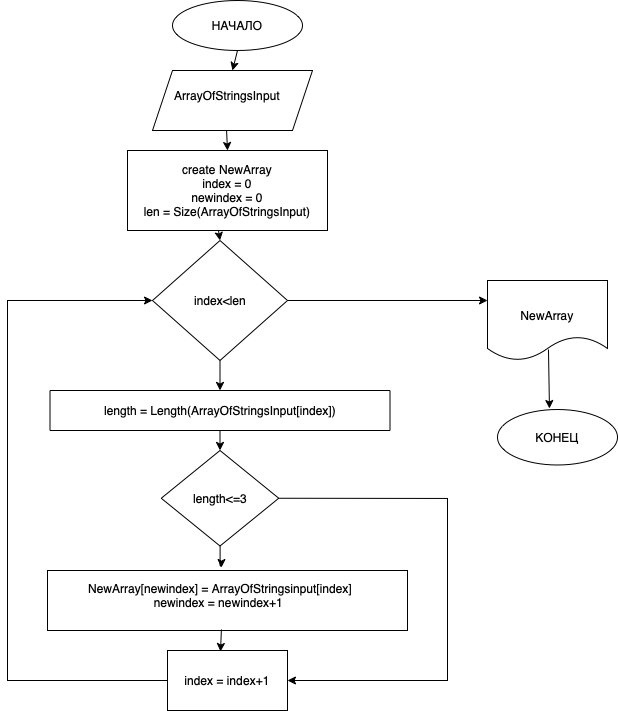
Above: FlowChart/flowchartForControlWork.drawio.png in alexandra-sh-dlyagb/Control-Work-GB (draw.io), before the change. Source tidied: cells renumbered, new cells last; positions are measured from the earlier drawing's top-left corner, leaving out a move shared by most shapes. The source it was exported from:
```xml
<mxGraphModel>
  <root>
    <mxCell id="0" />
    <mxCell id="1" parent="0" />
    <mxCell id="2" style="ellipse;whiteSpace=wrap;html=1;" parent="1" vertex="1">
      <mxGeometry x="165" width="130" height="50" as="geometry" />
    </mxCell>
    <mxCell id="3" style="shape=parallelogram;perimeter=parallelogramPerimeter;whiteSpace=wrap;html=1;fixedSize=1;" parent="1" vertex="1">
      <mxGeometry x="145" y="70" width="160" height="60" as="geometry" />
    </mxCell>
    <mxCell id="4" style="rounded=0;whiteSpace=wrap;html=1;" parent="1" vertex="1">
      <mxGeometry x="120" y="150" width="200" height="80" as="geometry" />
    </mxCell>
    <mxCell id="5" style="rhombus;whiteSpace=wrap;html=1;" parent="1" vertex="1">
      <mxGeometry x="145" y="240" width="135" height="120" as="geometry" />
    </mxCell>
    <mxCell id="6" value="length = Length(ArrayOfStringsInput[index])" style="rounded=0;whiteSpace=wrap;html=1;" parent="1" vertex="1">
      <mxGeometry x="42.5" y="390" width="340" height="40" as="geometry" />
    </mxCell>
    <mxCell id="7" style="edgeStyle=orthogonalEdgeStyle;rounded=0;jettySize=auto;html=1;entryX=0.483;entryY=-0.05;entryDx=0;entryDy=0;entryPerimeter=0;" parent="1" edge="1" source="8" target="9">
      <mxGeometry relative="1" as="geometry" />
    </mxCell>
    <mxCell id="8" style="rhombus;whiteSpace=wrap;html=1;" parent="1" vertex="1">
      <mxGeometry x="153.8" y="450" width="117.5" height="95.5" as="geometry" />
    </mxCell>
    <mxCell id="9" style="rounded=0;whiteSpace=wrap;html=1;" parent="1" vertex="1">
      <mxGeometry x="40" y="570" width="360" height="60" as="geometry" />
    </mxCell>
    <mxCell id="10" value="НАЧАЛО" style="text;html=1;strokeColor=none;fillColor=none;align=center;verticalAlign=middle;whiteSpace=wrap;rounded=0;" parent="1" vertex="1">
      <mxGeometry x="200" y="10" width="60" height="30" as="geometry" />
    </mxCell>
    <mxCell id="11" value="ArrayOfStringsInput" style="text;html=1;strokeColor=none;fillColor=none;align=center;verticalAlign=middle;whiteSpace=wrap;rounded=0;" parent="1" vertex="1">
      <mxGeometry x="190" y="80" width="60" height="30" as="geometry" />
    </mxCell>
    <mxCell id="12" value="create NewArray&lt;br&gt;index = 0&lt;br&gt;newindex = 0&lt;br&gt;len = Size(ArrayOfStringsInput)" style="text;html=1;strokeColor=none;fillColor=none;align=center;verticalAlign=middle;whiteSpace=wrap;rounded=0;" parent="1" vertex="1">
      <mxGeometry x="130" y="175" width="180" height="30" as="geometry" />
    </mxCell>
    <mxCell id="13" value="index&amp;lt;len" style="text;html=1;strokeColor=none;fillColor=none;align=center;verticalAlign=middle;whiteSpace=wrap;rounded=0;" parent="1" vertex="1">
      <mxGeometry x="182.5" y="285" width="60" height="30" as="geometry" />
    </mxCell>
    <mxCell id="14" value="NewArray[newindex] = ArrayOfStringsinput[index]&lt;br&gt;newindex = newindex+1&amp;nbsp;" style="text;html=1;strokeColor=none;fillColor=none;align=center;verticalAlign=middle;whiteSpace=wrap;rounded=0;" parent="1" vertex="1">
      <mxGeometry x="42.5" y="585" width="340" height="20" as="geometry" />
    </mxCell>
    <mxCell id="15" style="rounded=0;whiteSpace=wrap;html=1;" parent="1" vertex="1">
      <mxGeometry x="160" y="650" width="120" height="60" as="geometry" />
    </mxCell>
    <mxCell id="16" value="index = index+1" style="text;html=1;strokeColor=none;fillColor=none;align=center;verticalAlign=middle;whiteSpace=wrap;rounded=0;" parent="1" vertex="1">
      <mxGeometry x="175" y="665" width="90" height="30" as="geometry" />
    </mxCell>
    <mxCell id="17" style="shape=document;whiteSpace=wrap;html=1;boundedLbl=1;" parent="1" vertex="1">
      <mxGeometry x="480" y="280" width="120" height="80" as="geometry" />
    </mxCell>
    <mxCell id="18" value="NewArray" style="text;html=1;strokeColor=none;fillColor=none;align=center;verticalAlign=middle;whiteSpace=wrap;rounded=0;" parent="1" vertex="1">
      <mxGeometry x="510" y="300" width="60" height="30" as="geometry" />
    </mxCell>
    <mxCell id="19" style="ellipse;whiteSpace=wrap;html=1;" parent="1" vertex="1">
      <mxGeometry x="490" y="409" width="120" height="55.5" as="geometry" />
    </mxCell>
    <mxCell id="20" value="КОНЕЦ" style="text;html=1;strokeColor=none;fillColor=none;align=center;verticalAlign=middle;whiteSpace=wrap;rounded=0;" parent="1" vertex="1">
      <mxGeometry x="520" y="421.8" width="60" height="30" as="geometry" />
    </mxCell>
    <mxCell id="21" style="endArrow=classic;html=1;rounded=0;exitX=0.463;exitY=1;exitDx=0;exitDy=0;exitPerimeter=0;entryX=0.5;entryY=0;entryDx=0;entryDy=0;" parent="1" edge="1" source="3" target="4">
      <mxGeometry relative="1" as="geometry" />
    </mxCell>
    <mxCell id="22" style="endArrow=classic;html=1;rounded=0;exitX=0.455;exitY=1;exitDx=0;exitDy=0;entryX=0.5;entryY=0;entryDx=0;entryDy=0;exitPerimeter=0;" parent="1" edge="1" source="4" target="5">
      <mxGeometry relative="1" as="geometry" />
    </mxCell>
    <mxCell id="23" style="endArrow=classic;html=1;rounded=0;exitX=0.5;exitY=1;exitDx=0;exitDy=0;entryX=0.5;entryY=0;entryDx=0;entryDy=0;" parent="1" edge="1" source="5" target="6">
      <mxGeometry relative="1" as="geometry" />
    </mxCell>
    <mxCell id="24" style="endArrow=classic;html=1;rounded=0;exitX=0.5;exitY=1;exitDx=0;exitDy=0;entryX=0.5;entryY=0;entryDx=0;entryDy=0;" parent="1" edge="1" source="6" target="8">
      <mxGeometry relative="1" as="geometry" />
    </mxCell>
    <mxCell id="25" style="endArrow=classic;html=1;rounded=0;exitX=0.483;exitY=0.983;exitDx=0;exitDy=0;exitPerimeter=0;entryX=0.442;entryY=0.017;entryDx=0;entryDy=0;entryPerimeter=0;" parent="1" edge="1" source="9" target="15">
      <mxGeometry relative="1" as="geometry" />
    </mxCell>
    <mxCell id="26" value="length&amp;lt;=3" style="text;html=1;strokeColor=none;fillColor=none;align=center;verticalAlign=middle;whiteSpace=wrap;rounded=0;" parent="1" vertex="1">
      <mxGeometry x="182.5" y="482.8" width="60" height="30" as="geometry" />
    </mxCell>
    <mxCell id="27" style="endArrow=classic;html=1;rounded=0;exitX=1;exitY=0.5;exitDx=0;exitDy=0;entryX=1;entryY=0.5;entryDx=0;entryDy=0;" parent="1" edge="1" source="8" target="15">
      <mxGeometry relative="1" as="geometry">
        <Array as="points">
          <mxPoint x="440" y="498" />
          <mxPoint x="440" y="680" />
        </Array>
      </mxGeometry>
    </mxCell>
    <mxCell id="28" style="endArrow=classic;html=1;rounded=0;exitX=0;exitY=0.5;exitDx=0;exitDy=0;entryX=0;entryY=0.5;entryDx=0;entryDy=0;" parent="1" edge="1" source="15" target="5">
      <mxGeometry relative="1" as="geometry">
        <Array as="points">
          <mxPoint y="680" />
          <mxPoint y="300" />
        </Array>
      </mxGeometry>
    </mxCell>
    <mxCell id="29" style="endArrow=classic;html=1;rounded=0;exitX=1;exitY=0.5;exitDx=0;exitDy=0;entryX=0;entryY=0.25;entryDx=0;entryDy=0;" parent="1" edge="1" source="5" target="17">
      <mxGeometry relative="1" as="geometry" />
    </mxCell>
    <mxCell id="30" style="endArrow=classic;html=1;rounded=0;entryX=0.433;entryY=-0.018;entryDx=0;entryDy=0;entryPerimeter=0;exitX=0.508;exitY=0.863;exitDx=0;exitDy=0;exitPerimeter=0;" parent="1" edge="1" source="17" target="19">
      <mxGeometry relative="1" as="geometry" />
    </mxCell>
    <mxCell id="31" style="endArrow=classic;html=1;rounded=0;exitX=0.5;exitY=1;exitDx=0;exitDy=0;entryX=0.5;entryY=0;entryDx=0;entryDy=0;" parent="1" edge="1" source="2" target="3">
      <mxGeometry relative="1" as="geometry" />
    </mxCell>
  </root>
</mxGraphModel>
```
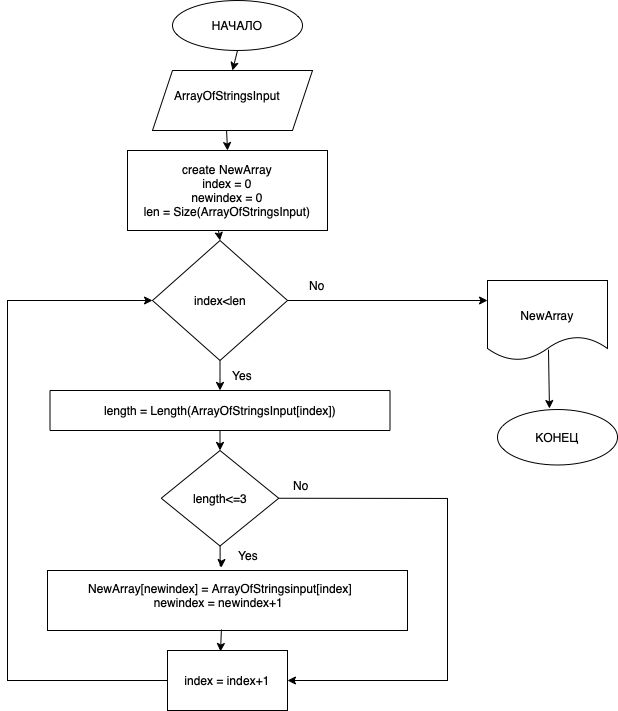
Above is the later version.

The edit, as a diff of the source:
```diff
@@ -102,5 +102,17 @@
     <mxCell id="31" style="endArrow=classic;html=1;rounded=0;exitX=0.5;exitY=1;exitDx=0;exitDy=0;entryX=0.5;entryY=0;entryDx=0;entryDy=0;" parent="1" edge="1" source="2" target="3">
       <mxGeometry relative="1" as="geometry" />
     </mxCell>
+    <mxCell id="32" value="No" style="text;html=1;strokeColor=none;fillColor=none;align=center;verticalAlign=middle;whiteSpace=wrap;rounded=0;" parent="1" vertex="1">
+      <mxGeometry x="280" y="270" width="60" height="30" as="geometry" />
+    </mxCell>
+    <mxCell id="33" value="Yes" style="text;html=1;strokeColor=none;fillColor=none;align=center;verticalAlign=middle;whiteSpace=wrap;rounded=0;" parent="1" vertex="1">
+      <mxGeometry x="205" y="360" width="60" height="30" as="geometry" />
+    </mxCell>
+    <mxCell id="34" value="No" style="text;html=1;strokeColor=none;fillColor=none;align=center;verticalAlign=middle;whiteSpace=wrap;rounded=0;" parent="1" vertex="1">
+      <mxGeometry x="264" y="470" width="60" height="30" as="geometry" />
+    </mxCell>
+    <mxCell id="35" value="Yes" style="text;html=1;strokeColor=none;fillColor=none;align=center;verticalAlign=middle;whiteSpace=wrap;rounded=0;" parent="1" vertex="1">
+      <mxGeometry x="211.2" y="540" width="60" height="30" as="geometry" />
+    </mxCell>
   </root>
 </mxGraphModel>
```
